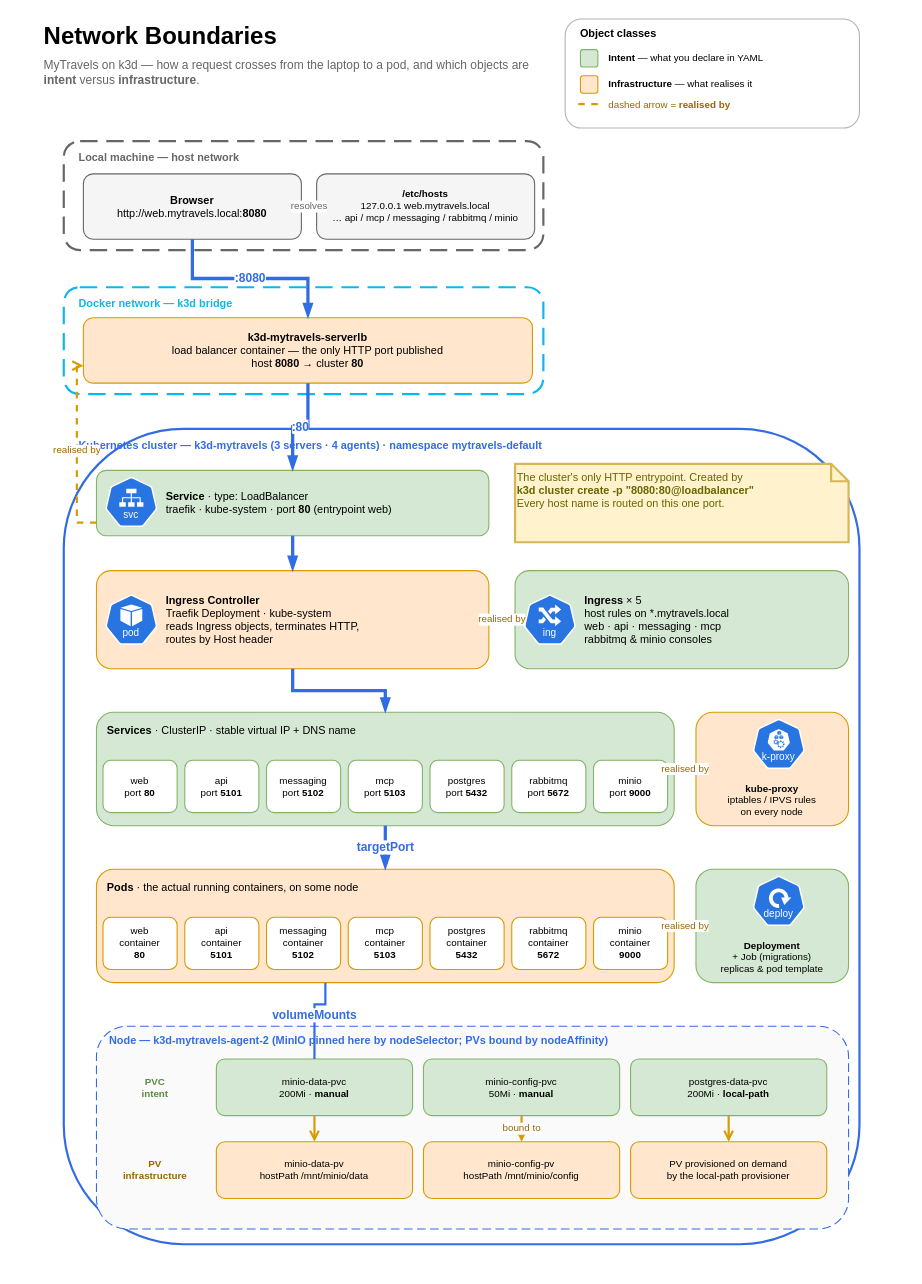
Earlier version of the draw.io diagram page "Network Boundaries" (10 of 10) of drawio/architecture.drawio (k8sforum/intro-to-k8s). Source tidied: cells renumbered, new cells numbered last; positions are measured from the earlier drawing's top-left corner, leaving out a move shared by most shapes. Both pictures are drawn from the tidied source at 109%, with x=0, y=0 at pixel (41, 19).
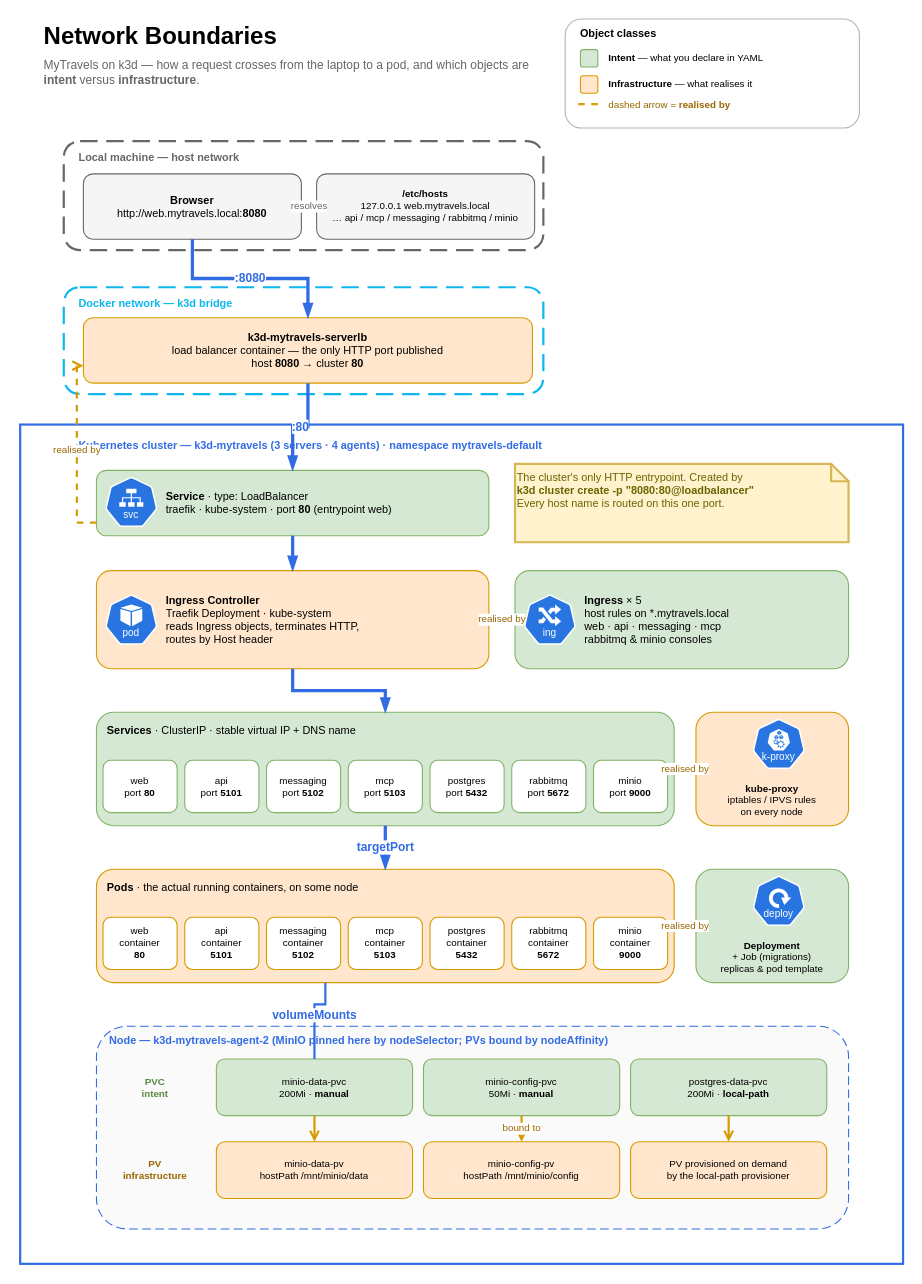
The same diagram, later.

Change to the diagram source:
```diff
@@
-    <mxCell id="21" style="rounded=1;whiteSpace=wrap;html=1;fillColor=none;strokeColor=#326CE5;strokeWidth=2;" parent="1" vertex="1">
-      <mxGeometry x="20" y="376" width="730" height="748" as="geometry" />
+    <mxCell id="21" style="rounded=0;whiteSpace=wrap;html=1;fillColor=none;strokeColor=#326CE5;strokeWidth=2;" parent="1" vertex="1">
+      <mxGeometry x="-20" y="372" width="810" height="770" as="geometry" />
     </mxCell>
```
